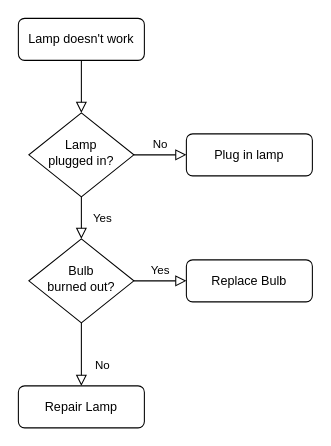
The draw.io diagram doc/Untitled Diagram.drawio in tychonaut/multiOSCluster, before the edit. Source tidied: cells renumbered, new cells numbered last; positions are measured from the earlier drawing's top-left corner, leaving out a move shared by most shapes. Both pictures are drawn from the tidied source at 105%, with x=0, y=0 at pixel (18, 18).
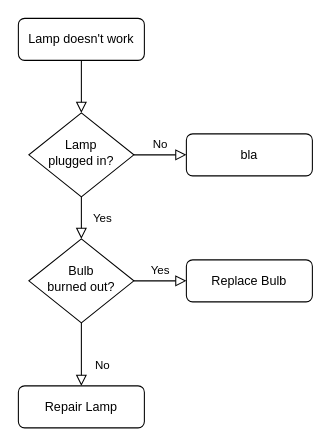
After the change.

Diff of the diagram source:
```diff
@@
 <mxGraphModel>
   <root>
     <mxCell id="0" />
     <mxCell id="1" parent="0" />
     <mxCell id="2" style="rounded=0;html=1;jettySize=auto;fontSize=11;endArrow=block;endFill=0;endSize=8;strokeWidth=1;shadow=0;labelBackgroundColor=none;edgeStyle=orthogonalEdgeStyle;" parent="1" edge="1" source="3" target="6">
       <mxGeometry relative="1" as="geometry" />
     </mxCell>
     <mxCell id="3" value="Lamp doesn't work" style="rounded=1;whiteSpace=wrap;html=1;fontSize=12;glass=0;strokeWidth=1;shadow=0;" parent="1" vertex="1">
       <mxGeometry width="120" height="40" as="geometry" />
     </mxCell>
     <mxCell id="4" value="Yes" style="rounded=0;html=1;jettySize=auto;fontSize=11;endArrow=block;endFill=0;endSize=8;strokeWidth=1;shadow=0;labelBackgroundColor=none;edgeStyle=orthogonalEdgeStyle;" parent="1" edge="1" source="6" target="10">
       <mxGeometry y="20" relative="1" as="geometry" />
     </mxCell>
     <mxCell id="5" value="No" style="edgeStyle=orthogonalEdgeStyle;rounded=0;html=1;jettySize=auto;fontSize=11;endArrow=block;endFill=0;endSize=8;strokeWidth=1;shadow=0;labelBackgroundColor=none;" parent="1" edge="1" source="6" target="7">
       <mxGeometry y="10" relative="1" as="geometry" />
     </mxCell>
     <mxCell id="6" value="Lamp&lt;br&gt;plugged in?" style="rhombus;whiteSpace=wrap;html=1;shadow=0;fontFamily=Helvetica;fontSize=12;align=center;strokeWidth=1;spacing=6;spacingTop=-4;" parent="1" vertex="1">
       <mxGeometry x="10" y="90" width="100" height="80" as="geometry" />
     </mxCell>
-    <mxCell id="7" value="Plug in lamp" style="rounded=1;whiteSpace=wrap;html=1;fontSize=12;glass=0;strokeWidth=1;shadow=0;" parent="1" vertex="1">
+    <mxCell id="7" value="bla" style="rounded=1;whiteSpace=wrap;html=1;fontSize=12;glass=0;strokeWidth=1;shadow=0;" parent="1" vertex="1">
       <mxGeometry x="160" y="110" width="120" height="40" as="geometry" />
     </mxCell>
     <mxCell id="8" value="No" style="rounded=0;html=1;jettySize=auto;fontSize=11;endArrow=block;endFill=0;endSize=8;strokeWidth=1;shadow=0;labelBackgroundColor=none;edgeStyle=orthogonalEdgeStyle;" parent="1" edge="1" source="10" target="11">
       <mxGeometry x="0.33" y="20" relative="1" as="geometry" />
     </mxCell>
     <mxCell id="9" value="Yes" style="edgeStyle=orthogonalEdgeStyle;rounded=0;html=1;jettySize=auto;fontSize=11;endArrow=block;endFill=0;endSize=8;strokeWidth=1;shadow=0;labelBackgroundColor=none;" parent="1" edge="1" source="10" target="12">
       <mxGeometry y="10" relative="1" as="geometry" />
     </mxCell>
     <mxCell id="10" value="Bulb&lt;br&gt;burned out?" style="rhombus;whiteSpace=wrap;html=1;shadow=0;fontFamily=Helvetica;fontSize=12;align=center;strokeWidth=1;spacing=6;spacingTop=-4;" parent="1" vertex="1">
       <mxGeometry x="10" y="210" width="100" height="80" as="geometry" />
     </mxCell>
     <mxCell id="11" value="Repair Lamp" style="rounded=1;whiteSpace=wrap;html=1;fontSize=12;glass=0;strokeWidth=1;shadow=0;" parent="1" vertex="1">
       <mxGeometry y="350" width="120" height="40" as="geometry" />
     </mxCell>
     <mxCell id="12" value="Replace Bulb" style="rounded=1;whiteSpace=wrap;html=1;fontSize=12;glass=0;strokeWidth=1;shadow=0;" parent="1" vertex="1">
       <mxGeometry x="160" y="230" width="120" height="40" as="geometry" />
     </mxCell>
   </root>
 </mxGraphModel>
```
